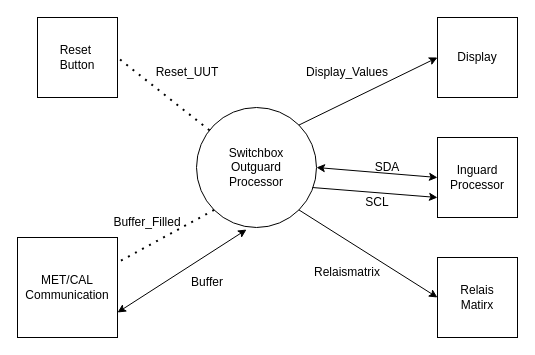
The draw.io diagram KontextDiagram.drawio in Lostqw1/Funfun, before the edit. Source tidied: cells renumbered, new cells numbered last; positions are measured from the earlier drawing's top-left corner, leaving out a move shared by most shapes. Both pictures are drawn from the tidied source at 100%, with x=0, y=0 at pixel (17, 17).
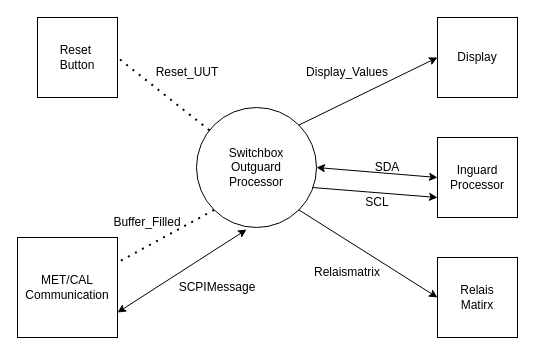
The same page after the edit.

Diff of the diagram source:
```diff
@@
-    <mxCell id="20" value="Buffer" style="text;html=1;strokeColor=none;fillColor=none;align=center;verticalAlign=middle;whiteSpace=wrap;rounded=0;" parent="1" vertex="1">
-      <mxGeometry x="160" y="250" width="60" height="30" as="geometry" />
+    <mxCell id="20" value="SCPIMessage" style="text;html=1;strokeColor=none;fillColor=none;align=center;verticalAlign=middle;whiteSpace=wrap;rounded=0;" parent="1" vertex="1">
+      <mxGeometry x="170" y="255" width="60" height="30" as="geometry" />
     </mxCell>
```
